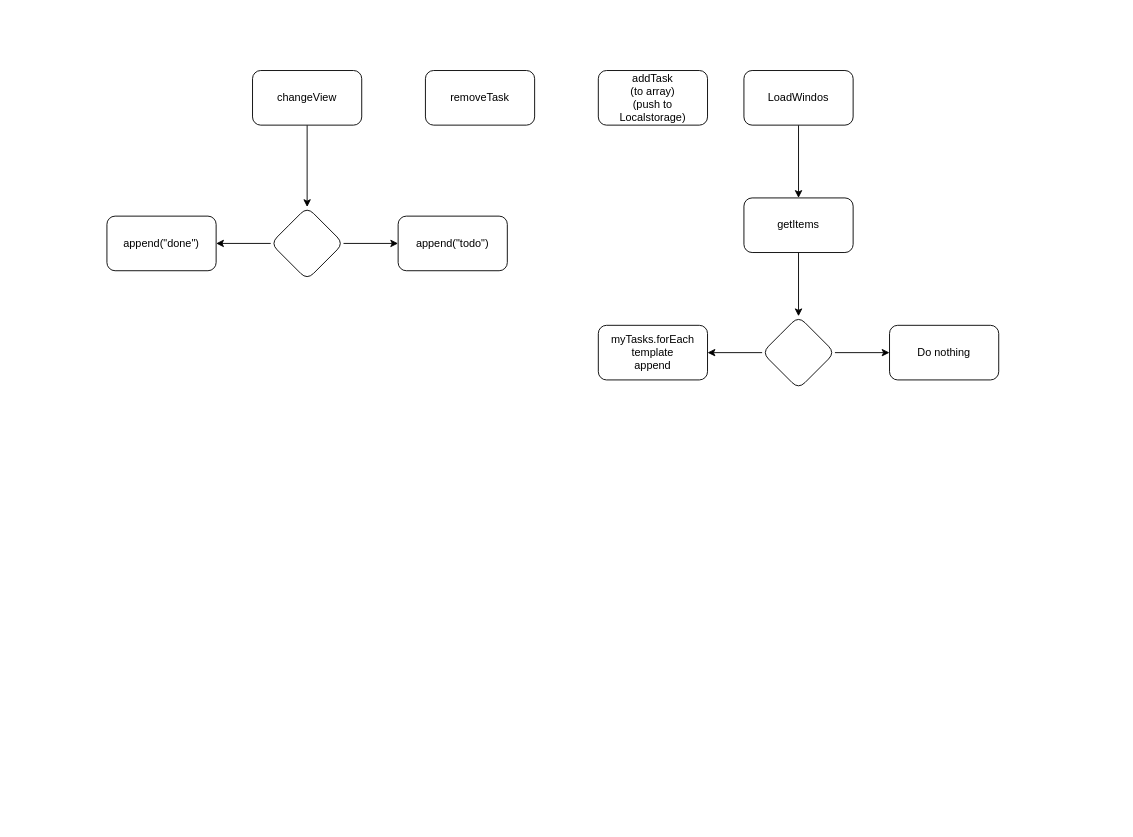
nila1010/exercises keeps this draw.io diagram as to_do_list/diagram.drawio. Above is the earlier version. Source tidied: cells renumbered, new cells numbered last; positions are measured from the earlier drawing's top-left corner, leaving out a move shared by most shapes. Both pictures are drawn from the tidied source at 91%, with x=0, y=0 at pixel (106, 70).
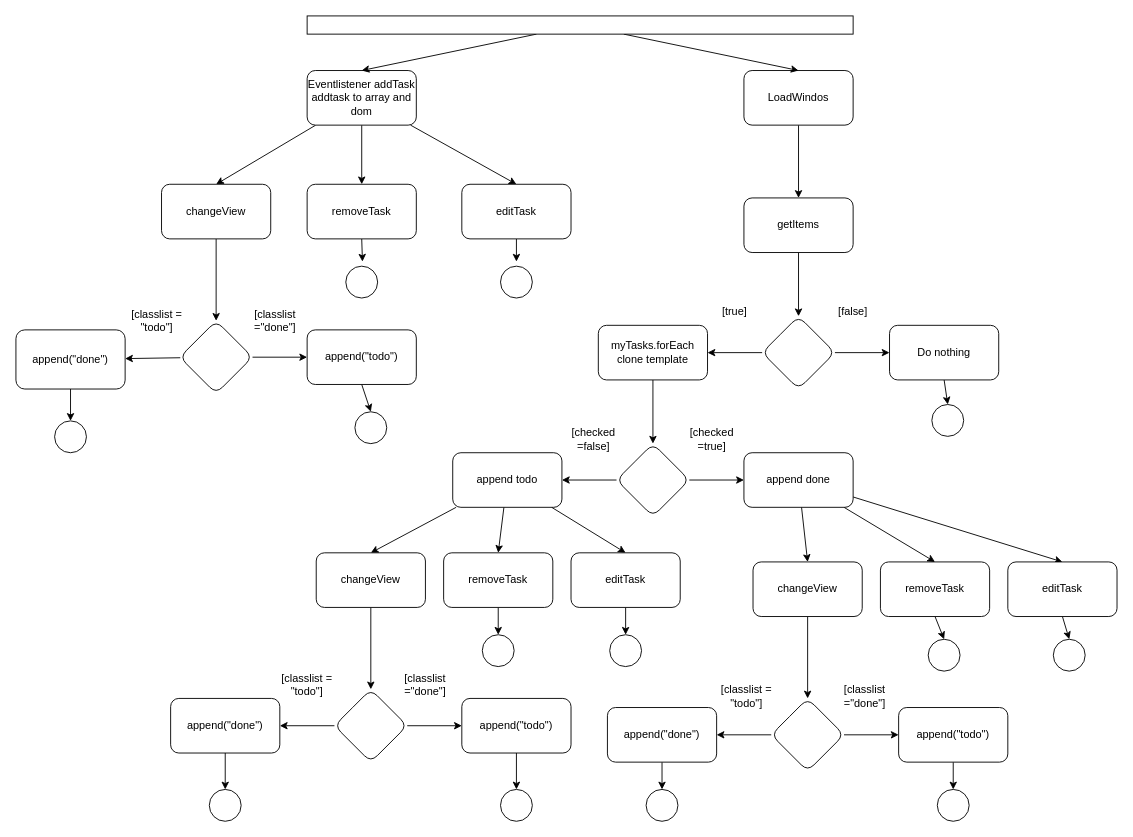
After the change.

The change refers to these unchanged cells:
```xml
<mxCell id="3" value="LoadWindos" style="rounded=1;whiteSpace=wrap;html=1;" parent="1" vertex="1">
  <mxGeometry x="700" width="120" height="60" as="geometry" />
</mxCell>
<mxCell id="10" value="Do nothing" style="whiteSpace=wrap;html=1;rounded=1;" parent="1" vertex="1">
  <mxGeometry x="860" y="280" width="120" height="60" as="geometry" />
</mxCell>
```

Diff of the diagram source:
```diff
@@
+    <mxCell id="20" style="edgeStyle=none;html=1;" parent="1" edge="1" source="9" target="30">
+      <mxGeometry relative="1" as="geometry" />
+    </mxCell>
-    <mxCell id="9" value="myTasks.forEach&lt;br&gt;template&lt;br&gt;append" style="whiteSpace=wrap;html=1;rounded=1;" parent="1" vertex="1">
+    <mxCell id="9" value="myTasks.forEach&lt;br&gt;clone template" style="whiteSpace=wrap;html=1;rounded=1;" parent="1" vertex="1">
       <mxGeometry x="540" y="280" width="120" height="60" as="geometry" />
     </mxCell>
+    <mxCell id="21" style="edgeStyle=none;html=1;exitX=0.5;exitY=1;exitDx=0;exitDy=0;entryX=0.5;entryY=0;entryDx=0;entryDy=0;" parent="1" edge="1" source="10" target="84">
+      <mxGeometry relative="1" as="geometry" />
+    </mxCell>
@@
+    <mxCell id="22" style="edgeStyle=none;html=1;entryX=0.5;entryY=0;entryDx=0;entryDy=0;" parent="1" edge="1" source="11" target="12">
+      <mxGeometry relative="1" as="geometry" />
+    </mxCell>
+    <mxCell id="23" style="edgeStyle=none;html=1;entryX=0.5;entryY=0;entryDx=0;entryDy=0;" parent="1" edge="1" source="11" target="14">
+      <mxGeometry relative="1" as="geometry" />
+    </mxCell>
+    <mxCell id="24" style="edgeStyle=none;html=1;entryX=0.5;entryY=0;entryDx=0;entryDy=0;" parent="1" edge="1" source="11" target="66">
+      <mxGeometry relative="1" as="geometry" />
+    </mxCell>
-    <mxCell id="11" value="addTask&lt;br&gt;(to array)&lt;br&gt;(push to Localstorage)" style="whiteSpace=wrap;html=1;rounded=1;" parent="1" vertex="1">
-      <mxGeometry x="540" width="120" height="60" as="geometry" />
+    <mxCell id="11" value="Eventlistener addTask&lt;br&gt;addtask to array and dom" style="whiteSpace=wrap;html=1;rounded=1;" parent="1" vertex="1">
+      <mxGeometry x="220" width="120" height="60" as="geometry" />
     </mxCell>
+    <mxCell id="25" style="edgeStyle=none;html=1;exitX=0.5;exitY=1;exitDx=0;exitDy=0;" parent="1" edge="1" source="12">
+      <mxGeometry relative="1" as="geometry">
+        <mxPoint x="280.8" y="210" as="targetPoint" />
+      </mxGeometry>
+    </mxCell>
     <mxCell id="12" value="removeTask" style="whiteSpace=wrap;html=1;rounded=1;" parent="1" vertex="1">
-      <mxGeometry x="350" width="120" height="60" as="geometry" />
+      <mxGeometry x="220" y="125" width="120" height="60" as="geometry" />
     </mxCell>
-    <mxCell id="13" style="edgeStyle=none;html=1;" parent="1" edge="1" source="14" target="17">
-      <mxGeometry relative="1" as="geometry" />
+    <mxCell id="13" style="edgeStyle=none;html=1;" parent="1" edge="1" target="17">
+      <mxGeometry relative="1" as="geometry">
+        <mxPoint x="120" y="185" as="sourcePoint" />
+      </mxGeometry>
     </mxCell>
     <mxCell id="14" value="changeView" style="whiteSpace=wrap;html=1;rounded=1;" parent="1" vertex="1">
-      <mxGeometry x="160" width="120" height="60" as="geometry" />
+      <mxGeometry x="60" y="125" width="120" height="60" as="geometry" />
     </mxCell>
@@
     <mxCell id="17" style="rhombus;whiteSpace=wrap;html=1;rounded=1;" parent="1" vertex="1">
-      <mxGeometry x="180" y="150" width="80" height="80" as="geometry" />
+      <mxGeometry x="80" y="275" width="80" height="80" as="geometry" />
     </mxCell>
+    <mxCell id="26" style="edgeStyle=none;html=1;entryX=0.5;entryY=0;entryDx=0;entryDy=0;" parent="1" edge="1" source="18" target="80">
+      <mxGeometry relative="1" as="geometry" />
+    </mxCell>
     <mxCell id="18" value="append(&quot;done&quot;)" style="whiteSpace=wrap;html=1;rounded=1;" parent="1" vertex="1">
-      <mxGeometry y="160" width="120" height="60" as="geometry" />
+      <mxGeometry x="-100" y="285" width="120" height="65" as="geometry" />
     </mxCell>
+    <mxCell id="27" style="edgeStyle=none;html=1;exitX=0.5;exitY=1;exitDx=0;exitDy=0;entryX=0.5;entryY=0;entryDx=0;entryDy=0;" parent="1" edge="1" source="19" target="81">
+      <mxGeometry relative="1" as="geometry" />
+    </mxCell>
     <mxCell id="19" value="append(&quot;todo&quot;)" style="whiteSpace=wrap;html=1;rounded=1;" parent="1" vertex="1">
-      <mxGeometry x="320" y="160" width="120" height="60" as="geometry" />
+      <mxGeometry x="220" y="285" width="120" height="60" as="geometry" />
     </mxCell>
+    <mxCell id="28" style="edgeStyle=none;html=1;" parent="1" edge="1" source="30" target="34">
+      <mxGeometry relative="1" as="geometry" />
+    </mxCell>
+    <mxCell id="29" style="edgeStyle=none;html=1;" parent="1" edge="1" source="30" target="38">
+      <mxGeometry relative="1" as="geometry" />
+    </mxCell>
+    <mxCell id="30" style="rhombus;whiteSpace=wrap;html=1;rounded=1;" parent="1" vertex="1">
+      <mxGeometry x="560" y="410" width="80" height="80" as="geometry" />
+    </mxCell>
+    <mxCell id="31" style="edgeStyle=none;html=1;entryX=0.5;entryY=0;entryDx=0;entryDy=0;" parent="1" edge="1" source="34" target="40">
+      <mxGeometry relative="1" as="geometry" />
+    </mxCell>
+    <mxCell id="32" style="edgeStyle=none;html=1;entryX=0.5;entryY=0;entryDx=0;entryDy=0;" parent="1" edge="1" source="34" target="49">
+      <mxGeometry relative="1" as="geometry" />
+    </mxCell>
+    <mxCell id="33" style="edgeStyle=none;html=1;entryX=0.5;entryY=0;entryDx=0;entryDy=0;" parent="1" edge="1" source="34" target="51">
+      <mxGeometry relative="1" as="geometry" />
+    </mxCell>
+    <mxCell id="34" value="append todo" style="whiteSpace=wrap;html=1;rounded=1;" parent="1" vertex="1">
+      <mxGeometry x="380" y="420" width="120" height="60" as="geometry" />
+    </mxCell>
+    <mxCell id="35" style="edgeStyle=none;html=1;entryX=0.5;entryY=0;entryDx=0;entryDy=0;" parent="1" edge="1" source="38" target="53">
+      <mxGeometry relative="1" as="geometry" />
+    </mxCell>
+    <mxCell id="36" style="edgeStyle=none;html=1;entryX=0.5;entryY=0;entryDx=0;entryDy=0;" parent="1" edge="1" source="38" target="62">
+      <mxGeometry relative="1" as="geometry" />
+    </mxCell>
+    <mxCell id="37" style="edgeStyle=none;html=1;entryX=0.5;entryY=0;entryDx=0;entryDy=0;" parent="1" edge="1" source="38" target="64">
+      <mxGeometry relative="1" as="geometry" />
+    </mxCell>
+    <mxCell id="38" value="append done" style="whiteSpace=wrap;html=1;rounded=1;" parent="1" vertex="1">
+      <mxGeometry x="700" y="420" width="120" height="60" as="geometry" />
+    </mxCell>
+    <mxCell id="39" style="edgeStyle=none;html=1;entryX=0.5;entryY=0;entryDx=0;entryDy=0;" parent="1" edge="1" source="40" target="43">
+      <mxGeometry relative="1" as="geometry" />
+    </mxCell>
+    <mxCell id="40" value="changeView" style="whiteSpace=wrap;html=1;rounded=1;" parent="1" vertex="1">
+      <mxGeometry x="230" y="530" width="120" height="60" as="geometry" />
+    </mxCell>
+    <mxCell id="41" style="edgeStyle=none;html=1;entryX=0;entryY=0.5;entryDx=0;entryDy=0;" parent="1" edge="1" source="43" target="47">
+      <mxGeometry relative="1" as="geometry" />
+    </mxCell>
+    <mxCell id="42" style="edgeStyle=none;html=1;" parent="1" edge="1" source="43">
+      <mxGeometry relative="1" as="geometry">
+        <mxPoint x="190" y="720" as="targetPoint" />
+      </mxGeometry>
+    </mxCell>
+    <mxCell id="43" style="rhombus;whiteSpace=wrap;html=1;rounded=1;" parent="1" vertex="1">
+      <mxGeometry x="250" y="680" width="80" height="80" as="geometry" />
+    </mxCell>
+    <mxCell id="44" style="edgeStyle=none;html=1;exitX=0.5;exitY=1;exitDx=0;exitDy=0;entryX=0.5;entryY=0;entryDx=0;entryDy=0;" parent="1" edge="1" source="45" target="90">
+      <mxGeometry relative="1" as="geometry" />
+    </mxCell>
+    <mxCell id="45" value="append(&quot;done&quot;)" style="whiteSpace=wrap;html=1;rounded=1;" parent="1" vertex="1">
+      <mxGeometry x="70" y="690" width="120" height="60" as="geometry" />
+    </mxCell>
+    <mxCell id="46" style="edgeStyle=none;html=1;exitX=0.5;exitY=1;exitDx=0;exitDy=0;entryX=0.5;entryY=0;entryDx=0;entryDy=0;" parent="1" edge="1" source="47" target="89">
+      <mxGeometry relative="1" as="geometry" />
+    </mxCell>
+    <mxCell id="47" value="append(&quot;todo&quot;)" style="whiteSpace=wrap;html=1;rounded=1;" parent="1" vertex="1">
+      <mxGeometry x="390" y="690" width="120" height="60" as="geometry" />
+    </mxCell>
+    <mxCell id="48" style="edgeStyle=none;html=1;exitX=0.5;exitY=1;exitDx=0;exitDy=0;entryX=0.5;entryY=0;entryDx=0;entryDy=0;" parent="1" edge="1" source="49" target="91">
+      <mxGeometry relative="1" as="geometry" />
+    </mxCell>
+    <mxCell id="49" value="removeTask" style="whiteSpace=wrap;html=1;rounded=1;" parent="1" vertex="1">
+      <mxGeometry x="370" y="530" width="120" height="60" as="geometry" />
+    </mxCell>
+    <mxCell id="50" style="edgeStyle=none;html=1;exitX=0.5;exitY=1;exitDx=0;exitDy=0;entryX=0.5;entryY=0;entryDx=0;entryDy=0;" parent="1" edge="1" source="51" target="92">
+      <mxGeometry relative="1" as="geometry" />
+    </mxCell>
+    <mxCell id="51" value="editTask" style="whiteSpace=wrap;html=1;rounded=1;" parent="1" vertex="1">
+      <mxGeometry x="510" y="530" width="120" height="60" as="geometry" />
+    </mxCell>
+    <mxCell id="52" style="edgeStyle=none;html=1;entryX=0.5;entryY=0;entryDx=0;entryDy=0;" parent="1" edge="1" source="53" target="56">
+      <mxGeometry relative="1" as="geometry" />
+    </mxCell>
+    <mxCell id="53" value="changeView" style="whiteSpace=wrap;html=1;rounded=1;" parent="1" vertex="1">
+      <mxGeometry x="710" y="540" width="120" height="60" as="geometry" />
+    </mxCell>
+    <mxCell id="54" style="edgeStyle=none;html=1;exitX=0;exitY=0.5;exitDx=0;exitDy=0;entryX=1;entryY=0.5;entryDx=0;entryDy=0;" parent="1" edge="1" source="56" target="58">
+      <mxGeometry relative="1" as="geometry" />
+    </mxCell>
+    <mxCell id="55" style="edgeStyle=none;html=1;entryX=0;entryY=0.5;entryDx=0;entryDy=0;" parent="1" edge="1" source="56" target="60">
+      <mxGeometry relative="1" as="geometry" />
+    </mxCell>
+    <mxCell id="56" style="rhombus;whiteSpace=wrap;html=1;rounded=1;" parent="1" vertex="1">
+      <mxGeometry x="730" y="690" width="80" height="80" as="geometry" />
+    </mxCell>
+    <mxCell id="57" style="edgeStyle=none;html=1;exitX=0.5;exitY=1;exitDx=0;exitDy=0;entryX=0.5;entryY=0;entryDx=0;entryDy=0;" parent="1" edge="1" source="58" target="88">
+      <mxGeometry relative="1" as="geometry" />
+    </mxCell>
+    <mxCell id="58" value="append(&quot;done&quot;)" style="whiteSpace=wrap;html=1;rounded=1;" parent="1" vertex="1">
+      <mxGeometry x="550" y="700" width="120" height="60" as="geometry" />
+    </mxCell>
+    <mxCell id="59" style="edgeStyle=none;html=1;exitX=0.5;exitY=1;exitDx=0;exitDy=0;entryX=0.5;entryY=0;entryDx=0;entryDy=0;" parent="1" edge="1" source="60" target="87">
+      <mxGeometry relative="1" as="geometry" />
+    </mxCell>
+    <mxCell id="60" value="append(&quot;todo&quot;)" style="whiteSpace=wrap;html=1;rounded=1;" parent="1" vertex="1">
+      <mxGeometry x="870" y="700" width="120" height="60" as="geometry" />
+    </mxCell>
+    <mxCell id="61" style="edgeStyle=none;html=1;exitX=0.5;exitY=1;exitDx=0;exitDy=0;entryX=0.5;entryY=0;entryDx=0;entryDy=0;" parent="1" edge="1" source="62" target="86">
+      <mxGeometry relative="1" as="geometry" />
+    </mxCell>
+    <mxCell id="62" value="removeTask" style="whiteSpace=wrap;html=1;rounded=1;" parent="1" vertex="1">
+      <mxGeometry x="850" y="540" width="120" height="60" as="geometry" />
+    </mxCell>
+    <mxCell id="63" style="edgeStyle=none;html=1;exitX=0.5;exitY=1;exitDx=0;exitDy=0;entryX=0.5;entryY=0;entryDx=0;entryDy=0;" parent="1" edge="1" source="64" target="85">
+      <mxGeometry relative="1" as="geometry" />
+    </mxCell>
+    <mxCell id="64" value="editTask" style="whiteSpace=wrap;html=1;rounded=1;" parent="1" vertex="1">
+      <mxGeometry x="990" y="540" width="120" height="60" as="geometry" />
+    </mxCell>
+    <mxCell id="65" style="edgeStyle=none;html=1;exitX=0.5;exitY=1;exitDx=0;exitDy=0;" parent="1" edge="1" source="66">
+      <mxGeometry relative="1" as="geometry">
+        <mxPoint x="450" y="210" as="targetPoint" />
+      </mxGeometry>
+    </mxCell>
+    <mxCell id="66" value="editTask" style="whiteSpace=wrap;html=1;rounded=1;" parent="1" vertex="1">
+      <mxGeometry x="390" y="125" width="120" height="60" as="geometry" />
+    </mxCell>
+    <mxCell id="67" style="edgeStyle=none;html=1;entryX=0.5;entryY=0;entryDx=0;entryDy=0;" parent="1" edge="1" source="69" target="11">
+      <mxGeometry relative="1" as="geometry" />
+    </mxCell>
+    <mxCell id="68" style="edgeStyle=none;html=1;entryX=0.5;entryY=0;entryDx=0;entryDy=0;" parent="1" edge="1" source="69" target="3">
+      <mxGeometry relative="1" as="geometry" />
+    </mxCell>
+    <mxCell id="69" style="rounded=0;whiteSpace=wrap;html=1;" parent="1" vertex="1">
+      <mxGeometry x="220" y="-60" width="600" height="20" as="geometry" />
+    </mxCell>
+    <mxCell id="70" value="[false]" style="text;strokeColor=none;align=center;fillColor=none;html=1;verticalAlign=middle;whiteSpace=wrap;rounded=0;" parent="1" vertex="1">
+      <mxGeometry x="790" y="250" width="60" height="30" as="geometry" />
+    </mxCell>
+    <mxCell id="71" value="[true]" style="text;strokeColor=none;align=center;fillColor=none;html=1;verticalAlign=middle;whiteSpace=wrap;rounded=0;" parent="1" vertex="1">
+      <mxGeometry x="660" y="250" width="60" height="30" as="geometry" />
+    </mxCell>
+    <mxCell id="72" value="[classlist =&quot;done&quot;]" style="text;strokeColor=none;align=center;fillColor=none;html=1;verticalAlign=middle;whiteSpace=wrap;rounded=0;" parent="1" vertex="1">
+      <mxGeometry x="803" y="673" width="60" height="30" as="geometry" />
+    </mxCell>
+    <mxCell id="73" value="[classlist = &quot;todo&quot;]" style="text;strokeColor=none;align=center;fillColor=none;html=1;verticalAlign=middle;whiteSpace=wrap;rounded=0;" parent="1" vertex="1">
+      <mxGeometry x="673" y="673" width="60" height="30" as="geometry" />
+    </mxCell>
+    <mxCell id="74" value="[classlist =&quot;done&quot;]" style="text;strokeColor=none;align=center;fillColor=none;html=1;verticalAlign=middle;whiteSpace=wrap;rounded=0;" parent="1" vertex="1">
+      <mxGeometry x="320" y="660" width="60" height="30" as="geometry" />
+    </mxCell>
+    <mxCell id="75" value="[classlist = &quot;todo&quot;]" style="text;strokeColor=none;align=center;fillColor=none;html=1;verticalAlign=middle;whiteSpace=wrap;rounded=0;" parent="1" vertex="1">
+      <mxGeometry x="190" y="660" width="60" height="30" as="geometry" />
+    </mxCell>
+    <mxCell id="76" value="[classlist =&quot;done&quot;]" style="text;strokeColor=none;align=center;fillColor=none;html=1;verticalAlign=middle;whiteSpace=wrap;rounded=0;" parent="1" vertex="1">
+      <mxGeometry x="155" y="260" width="60" height="30" as="geometry" />
+    </mxCell>
+    <mxCell id="77" value="[classlist = &quot;todo&quot;]" style="text;strokeColor=none;align=center;fillColor=none;html=1;verticalAlign=middle;whiteSpace=wrap;rounded=0;" parent="1" vertex="1">
+      <mxGeometry x="25" y="260" width="60" height="30" as="geometry" />
+    </mxCell>
+    <mxCell id="78" value="[checked =true]" style="text;strokeColor=none;align=center;fillColor=none;html=1;verticalAlign=middle;whiteSpace=wrap;rounded=0;" parent="1" vertex="1">
+      <mxGeometry x="635" y="390" width="60" height="30" as="geometry" />
+    </mxCell>
+    <mxCell id="79" value="[checked =false]" style="text;strokeColor=none;align=center;fillColor=none;html=1;verticalAlign=middle;whiteSpace=wrap;rounded=0;" parent="1" vertex="1">
+      <mxGeometry x="505" y="390" width="60" height="30" as="geometry" />
+    </mxCell>
+    <mxCell id="80" style="ellipse;whiteSpace=wrap;html=1;" parent="1" vertex="1">
+      <mxGeometry x="-57.5" y="385" width="35" height="35" as="geometry" />
+    </mxCell>
+    <mxCell id="81" style="ellipse;whiteSpace=wrap;html=1;" parent="1" vertex="1">
+      <mxGeometry x="272.5" y="375" width="35" height="35" as="geometry" />
+    </mxCell>
+    <mxCell id="82" style="ellipse;whiteSpace=wrap;html=1;" parent="1" vertex="1">
+      <mxGeometry x="262.5" y="215" width="35" height="35" as="geometry" />
+    </mxCell>
+    <mxCell id="83" style="ellipse;whiteSpace=wrap;html=1;" parent="1" vertex="1">
+      <mxGeometry x="432.5" y="215" width="35" height="35" as="geometry" />
+    </mxCell>
+    <mxCell id="84" style="ellipse;whiteSpace=wrap;html=1;" parent="1" vertex="1">
+      <mxGeometry x="906.5" y="367" width="35" height="35" as="geometry" />
+    </mxCell>
+    <mxCell id="85" style="ellipse;whiteSpace=wrap;html=1;" parent="1" vertex="1">
+      <mxGeometry x="1040" y="625" width="35" height="35" as="geometry" />
+    </mxCell>
+    <mxCell id="86" style="ellipse;whiteSpace=wrap;html=1;" parent="1" vertex="1">
+      <mxGeometry x="902.5" y="625" width="35" height="35" as="geometry" />
+    </mxCell>
+    <mxCell id="87" style="ellipse;whiteSpace=wrap;html=1;" parent="1" vertex="1">
+      <mxGeometry x="912.5" y="790" width="35" height="35" as="geometry" />
+    </mxCell>
+    <mxCell id="88" style="ellipse;whiteSpace=wrap;html=1;" parent="1" vertex="1">
+      <mxGeometry x="592.5" y="790" width="35" height="35" as="geometry" />
+    </mxCell>
+    <mxCell id="89" style="ellipse;whiteSpace=wrap;html=1;" parent="1" vertex="1">
+      <mxGeometry x="432.5" y="790" width="35" height="35" as="geometry" />
+    </mxCell>
+    <mxCell id="90" style="ellipse;whiteSpace=wrap;html=1;" parent="1" vertex="1">
+      <mxGeometry x="112.5" y="790" width="35" height="35" as="geometry" />
+    </mxCell>
+    <mxCell id="91" style="ellipse;whiteSpace=wrap;html=1;" parent="1" vertex="1">
+      <mxGeometry x="412.5" y="620" width="35" height="35" as="geometry" />
+    </mxCell>
+    <mxCell id="92" style="ellipse;whiteSpace=wrap;html=1;" parent="1" vertex="1">
+      <mxGeometry x="552.5" y="620" width="35" height="35" as="geometry" />
+    </mxCell>
```
